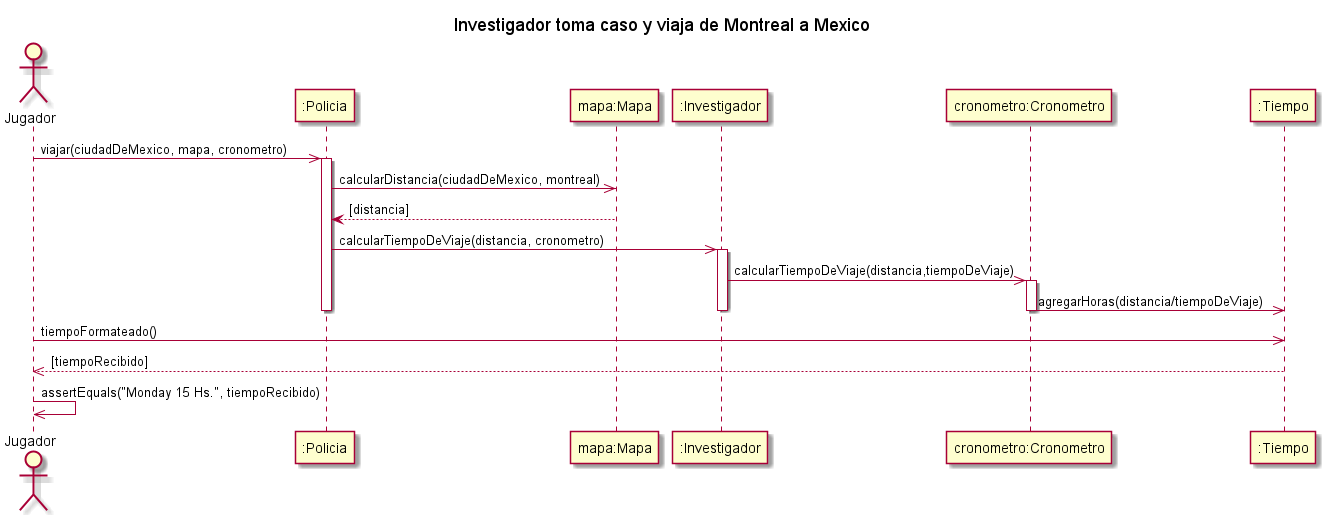
kmu01/Algo3_tp2 keeps this PlantUML diagram as diagrams/sequences/entrega2/DS_InvestigadorTomaCasoYViajaDeMontrealAMexico.png. Above is the earlier version.
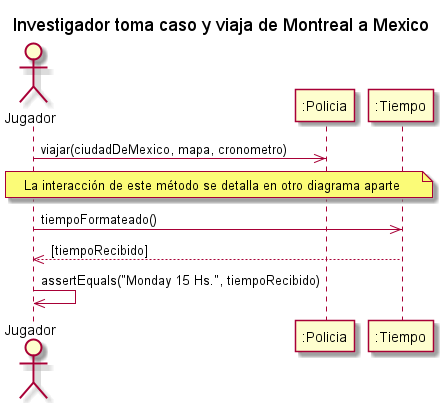
After the commit.

The edit, as a diff of the source:
```diff
@@ -3,22 +3,11 @@
 
 actor "Jugador" as AlgoThief
 participant ":Policia" as Policia
-participant "mapa:Mapa" as Mapa
-participant ":Investigador" as Grado
-participant "cronometro:Cronometro" as Cronometro
 participant ":Tiempo" as Tiempo
 AlgoThief ->> Policia : viajar(ciudadDeMexico, mapa, cronometro)
-activate Policia
-    Policia ->> Mapa : calcularDistancia(ciudadDeMexico, montreal)
-    Mapa --> Policia : [distancia]
-    Policia ->> Grado : calcularTiempoDeViaje(distancia, cronometro)
-    activate Grado
-        Grado ->> Cronometro : calcularTiempoDeViaje(distancia,tiempoDeViaje)
-        activate Cronometro
-            Cronometro ->> Tiempo : agregarHoras(distancia/tiempoDeViaje)
-        deactivate Cronometro
-    deactivate Grado
-deactivate Policia
+note across : La interacción de este método se detalla en otro diagrama aparte
+
+
 AlgoThief ->> Tiempo : tiempoFormateado()
 return[tiempoRecibido]
 
```
